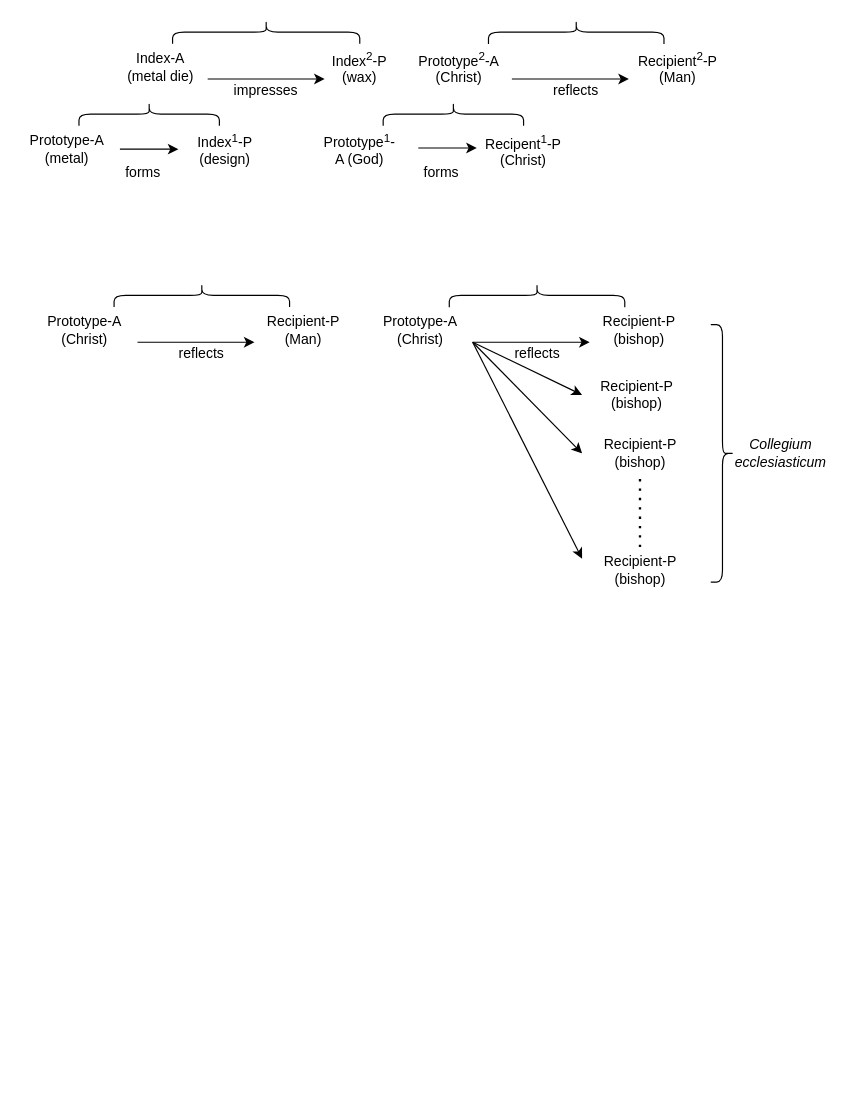
matthewsillence/art_agency keeps this draw.io diagram as relation_model.drawio. Above is the earlier version. Source tidied: cells renumbered, new cells numbered last; positions are measured from the earlier drawing's top-left corner, leaving out a move shared by most shapes. Both pictures are drawn from the tidied source at 117%, with x=0, y=0 at pixel (20, -62).
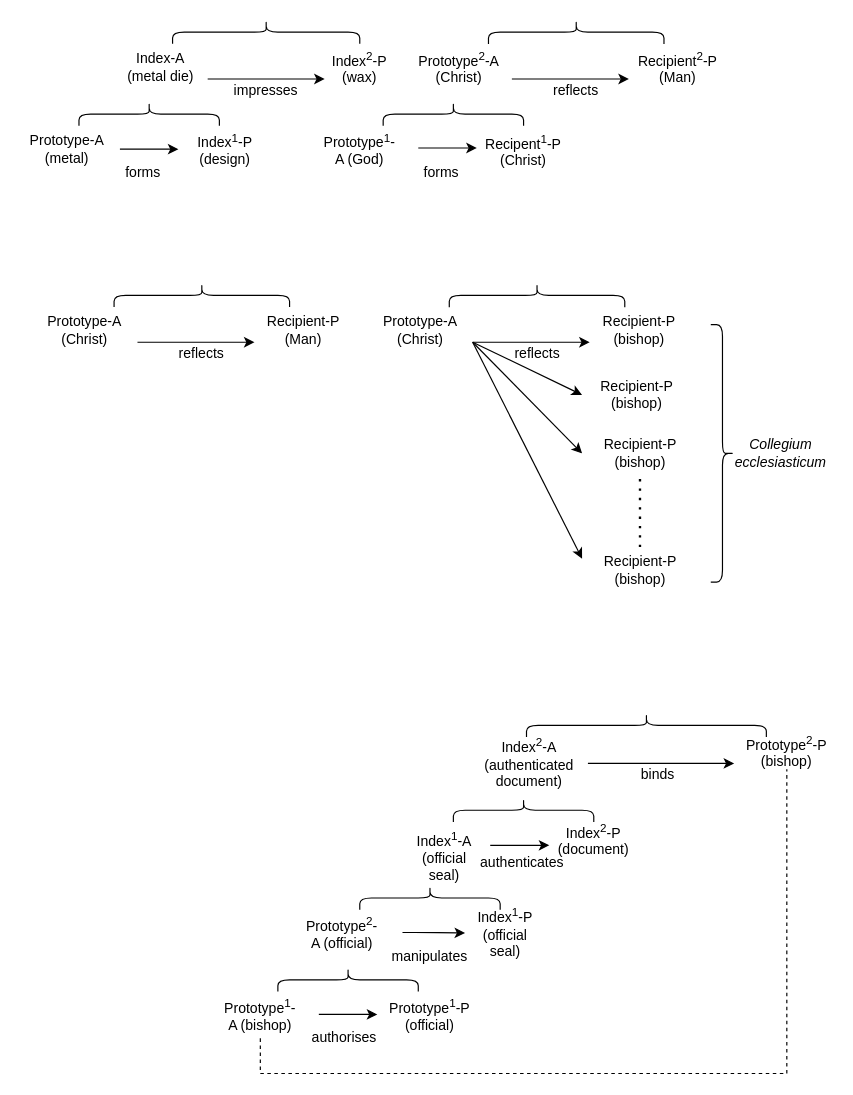
The same diagram, later.

The edit, as a diff of the source:
```diff
@@
+    <mxCell id="41" style="shape=curlyBracket;whiteSpace=wrap;html=1;rounded=1;rotation=90;" parent="1" vertex="1">
+      <mxGeometry x="525" y="570" width="20" height="205" as="geometry" />
+    </mxCell>
+    <mxCell id="42" value="Index&lt;sup&gt;2&lt;/sup&gt;-A (authenticated document)" style="text;html=1;strokeColor=none;fillColor=none;align=center;verticalAlign=middle;whiteSpace=wrap;rounded=0;" parent="1" vertex="1">
+      <mxGeometry x="415" y="695" width="40" height="20" as="geometry" />
+    </mxCell>
+    <mxCell id="43" value="Prototype&lt;sup&gt;2&lt;/sup&gt;-P (bishop)" style="text;html=1;strokeColor=none;fillColor=none;align=center;verticalAlign=middle;whiteSpace=wrap;rounded=0;" parent="1" vertex="1">
+      <mxGeometry x="615" y="685" width="80" height="20" as="geometry" />
+    </mxCell>
+    <mxCell id="44" style="shape=curlyBracket;whiteSpace=wrap;html=1;rounded=1;rotation=90;" parent="1" vertex="1">
+      <mxGeometry x="420" y="685" width="20" height="120" as="geometry" />
+    </mxCell>
+    <mxCell id="45" value="Index&lt;sup&gt;1&lt;/sup&gt;-A (official seal)" style="text;html=1;strokeColor=none;fillColor=none;align=center;verticalAlign=middle;whiteSpace=wrap;rounded=0;" parent="1" vertex="1">
+      <mxGeometry x="330" y="775" width="65" height="20" as="geometry" />
+    </mxCell>
+    <mxCell id="46" value="Index&lt;sup&gt;2&lt;/sup&gt;-P (document)" style="text;html=1;strokeColor=none;fillColor=none;align=center;verticalAlign=middle;whiteSpace=wrap;rounded=0;" parent="1" vertex="1">
+      <mxGeometry x="470" y="760" width="40" height="20" as="geometry" />
+    </mxCell>
+    <mxCell id="47" style="shape=curlyBracket;whiteSpace=wrap;html=1;rounded=1;rotation=90;" parent="1" vertex="1">
+      <mxGeometry x="340" y="760" width="20" height="120" as="geometry" />
+    </mxCell>
+    <mxCell id="48" value="Prototype&lt;sup&gt;2&lt;/sup&gt;-A (official)" style="text;html=1;strokeColor=none;fillColor=none;align=center;verticalAlign=middle;whiteSpace=wrap;rounded=0;" parent="1" vertex="1">
+      <mxGeometry x="240" y="840" width="70" height="20" as="geometry" />
+    </mxCell>
+    <mxCell id="49" value="Index&lt;sup&gt;1&lt;/sup&gt;-P (official seal)" style="text;html=1;strokeColor=none;fillColor=none;align=center;verticalAlign=middle;whiteSpace=wrap;rounded=0;" parent="1" vertex="1">
+      <mxGeometry x="380" y="840" width="68.5" height="20" as="geometry" />
+    </mxCell>
+    <mxCell id="50" style="shape=curlyBracket;whiteSpace=wrap;html=1;rounded=1;rotation=90;" parent="1" vertex="1">
+      <mxGeometry x="270" y="830" width="20" height="120" as="geometry" />
+    </mxCell>
+    <mxCell id="51" style="edgeStyle=orthogonalEdgeStyle;rounded=0;orthogonalLoop=1;jettySize=auto;html=1;endArrow=none;endFill=0;dashed=1;" parent="1" edge="1">
+      <mxGeometry relative="1" as="geometry">
+        <mxPoint x="205" y="940" as="sourcePoint" />
+        <mxPoint x="655" y="710" as="targetPoint" />
+        <Array as="points">
+          <mxPoint x="205" y="970" />
+          <mxPoint x="655" y="970" />
+        </Array>
+      </mxGeometry>
+    </mxCell>
+    <mxCell id="52" value="Prototype&lt;sup&gt;1&lt;/sup&gt;-A (bishop)" style="text;html=1;strokeColor=none;fillColor=none;align=center;verticalAlign=middle;whiteSpace=wrap;rounded=0;" parent="1" vertex="1">
+      <mxGeometry x="170" y="910" width="70" height="20" as="geometry" />
+    </mxCell>
+    <mxCell id="53" value="Prototype&lt;sup&gt;1&lt;/sup&gt;-P (official)" style="text;html=1;strokeColor=none;fillColor=none;align=center;verticalAlign=middle;whiteSpace=wrap;rounded=0;" parent="1" vertex="1">
+      <mxGeometry x="305" y="910" width="90" height="20" as="geometry" />
+    </mxCell>
+    <mxCell id="54" style="endArrow=classic;html=1;" parent="1" edge="1">
+      <mxGeometry relative="1" as="geometry">
+        <mxPoint x="255" y="919.5" as="sourcePoint" />
+        <mxPoint x="305" y="919.5" as="targetPoint" />
+      </mxGeometry>
+    </mxCell>
+    <mxCell id="55" style="endArrow=classic;html=1;" parent="1" edge="1">
+      <mxGeometry relative="1" as="geometry">
+        <mxPoint x="326.5" y="849.5" as="sourcePoint" />
+        <mxPoint x="380" y="850" as="targetPoint" />
+        <Array as="points">
+          <mxPoint x="346.5" y="849.5" />
+        </Array>
+      </mxGeometry>
+    </mxCell>
+    <mxCell id="56" style="endArrow=classic;html=1;" parent="1" edge="1">
+      <mxGeometry relative="1" as="geometry">
+        <mxPoint x="401.5" y="775" as="sourcePoint" />
+        <mxPoint x="452" y="775" as="targetPoint" />
+      </mxGeometry>
+    </mxCell>
+    <mxCell id="57" value="authenticates" style="text;html=1;strokeColor=none;fillColor=none;align=center;verticalAlign=middle;whiteSpace=wrap;rounded=0;" parent="1" vertex="1">
+      <mxGeometry x="408.5" y="780" width="40" height="20" as="geometry" />
+    </mxCell>
+    <mxCell id="58" value="manipulates" style="text;html=1;strokeColor=none;fillColor=none;align=center;verticalAlign=middle;whiteSpace=wrap;rounded=0;" parent="1" vertex="1">
+      <mxGeometry x="330" y="860" width="40" height="20" as="geometry" />
+    </mxCell>
+    <mxCell id="59" value="authorises" style="text;html=1;strokeColor=none;fillColor=none;align=center;verticalAlign=middle;whiteSpace=wrap;rounded=0;" parent="1" vertex="1">
+      <mxGeometry x="256.5" y="930" width="40" height="20" as="geometry" />
+    </mxCell>
+    <mxCell id="60" style="endArrow=classic;html=1;" parent="1" edge="1">
+      <mxGeometry relative="1" as="geometry">
+        <mxPoint x="485" y="705" as="sourcePoint" />
+        <mxPoint x="610" y="705" as="targetPoint" />
+      </mxGeometry>
+    </mxCell>
+    <mxCell id="61" value="binds" style="text;html=1;strokeColor=none;fillColor=none;align=center;verticalAlign=middle;whiteSpace=wrap;rounded=0;" parent="1" vertex="1">
+      <mxGeometry x="525" y="705" width="40" height="20" as="geometry" />
+    </mxCell>
```
